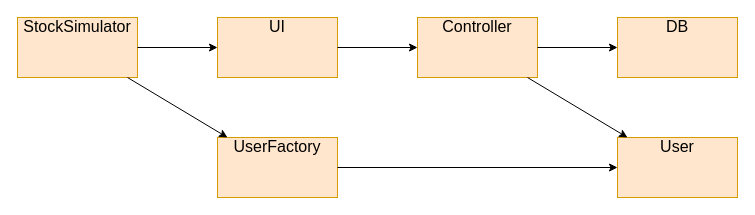
The draw.io diagram page "Page-2" (7 of 9) of stockSimulator.drawio in kukjun/toyProject-java, before the edit. Source tidied: cells renumbered, new cells numbered last; positions are measured from the earlier drawing's top-left corner, leaving out a move shared by most shapes. Both pictures are drawn from the tidied source at 100%, with x=0, y=0 at pixel (17, 17).
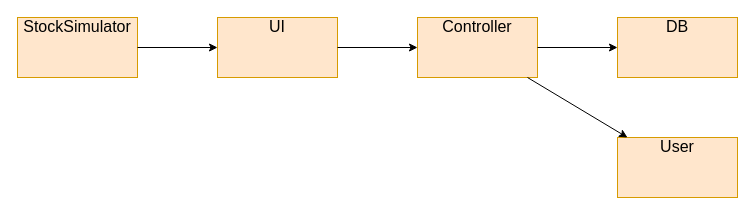
Above is the later version.

Diff of the diagram source:
```diff
@@
 <mxGraphModel>
   <root>
     <mxCell id="0" />
     <mxCell id="1" parent="0" />
     <mxCell id="2" value="StockSimulator" style="verticalAlign=middle;align=center;overflow=fill;fontSize=16;fontFamily=Helvetica;html=1;fillColor=#ffe6cc;strokeColor=#d79b00;" parent="1" vertex="1">
       <mxGeometry width="120" height="60" as="geometry" />
     </mxCell>
     <mxCell id="3" value="UI" style="verticalAlign=middle;align=center;overflow=fill;fontSize=16;fontFamily=Helvetica;html=1;fillColor=#ffe6cc;strokeColor=#d79b00;" parent="1" vertex="1">
       <mxGeometry x="200" width="120" height="60" as="geometry" />
     </mxCell>
     <mxCell id="4" value="Controller" style="verticalAlign=middle;align=center;overflow=fill;fontSize=16;fontFamily=Helvetica;html=1;fillColor=#ffe6cc;strokeColor=#d79b00;" parent="1" vertex="1">
       <mxGeometry x="400" width="120" height="60" as="geometry" />
     </mxCell>
     <mxCell id="5" value="DB" style="verticalAlign=middle;align=center;overflow=fill;fontSize=16;fontFamily=Helvetica;html=1;fillColor=#ffe6cc;strokeColor=#d79b00;" parent="1" vertex="1">
       <mxGeometry x="600" width="120" height="60" as="geometry" />
     </mxCell>
     <mxCell id="6" value="User" style="verticalAlign=middle;align=center;overflow=fill;fontSize=16;fontFamily=Helvetica;html=1;fillColor=#ffe6cc;strokeColor=#d79b00;" parent="1" vertex="1">
       <mxGeometry x="600" y="120" width="120" height="60" as="geometry" />
     </mxCell>
     <mxCell id="7" style="endArrow=classic;html=1;fontSize=16;fontColor=#B9E0A5;" parent="1" edge="1" source="2" target="3">
       <mxGeometry relative="1" as="geometry" />
     </mxCell>
     <mxCell id="8" style="endArrow=classic;html=1;fontSize=16;fontColor=#B9E0A5;" parent="1" edge="1" source="3" target="4">
       <mxGeometry relative="1" as="geometry" />
     </mxCell>
     <mxCell id="9" style="endArrow=classic;html=1;fontSize=16;fontColor=#B9E0A5;" parent="1" edge="1" source="4" target="5">
       <mxGeometry relative="1" as="geometry" />
     </mxCell>
     <mxCell id="10" style="endArrow=classic;html=1;fontSize=16;fontColor=#B9E0A5;" parent="1" edge="1" source="4" target="6">
       <mxGeometry relative="1" as="geometry" />
     </mxCell>
-    <mxCell id="11" value="UserFactory" style="verticalAlign=middle;align=center;overflow=fill;fontSize=16;fontFamily=Helvetica;html=1;fillColor=#ffe6cc;strokeColor=#d79b00;" parent="1" vertex="1">
-      <mxGeometry x="200" y="120" width="120" height="60" as="geometry" />
-    </mxCell>
-    <mxCell id="12" style="endArrow=classic;html=1;fontSize=16;fontColor=#B9E0A5;" parent="1" edge="1" source="2" target="11">
-      <mxGeometry relative="1" as="geometry" />
-    </mxCell>
-    <mxCell id="13" style="endArrow=classic;html=1;fontSize=16;fontColor=#B9E0A5;" parent="1" edge="1" source="11" target="6">
-      <mxGeometry relative="1" as="geometry" />
-    </mxCell>
   </root>
 </mxGraphModel>
```
